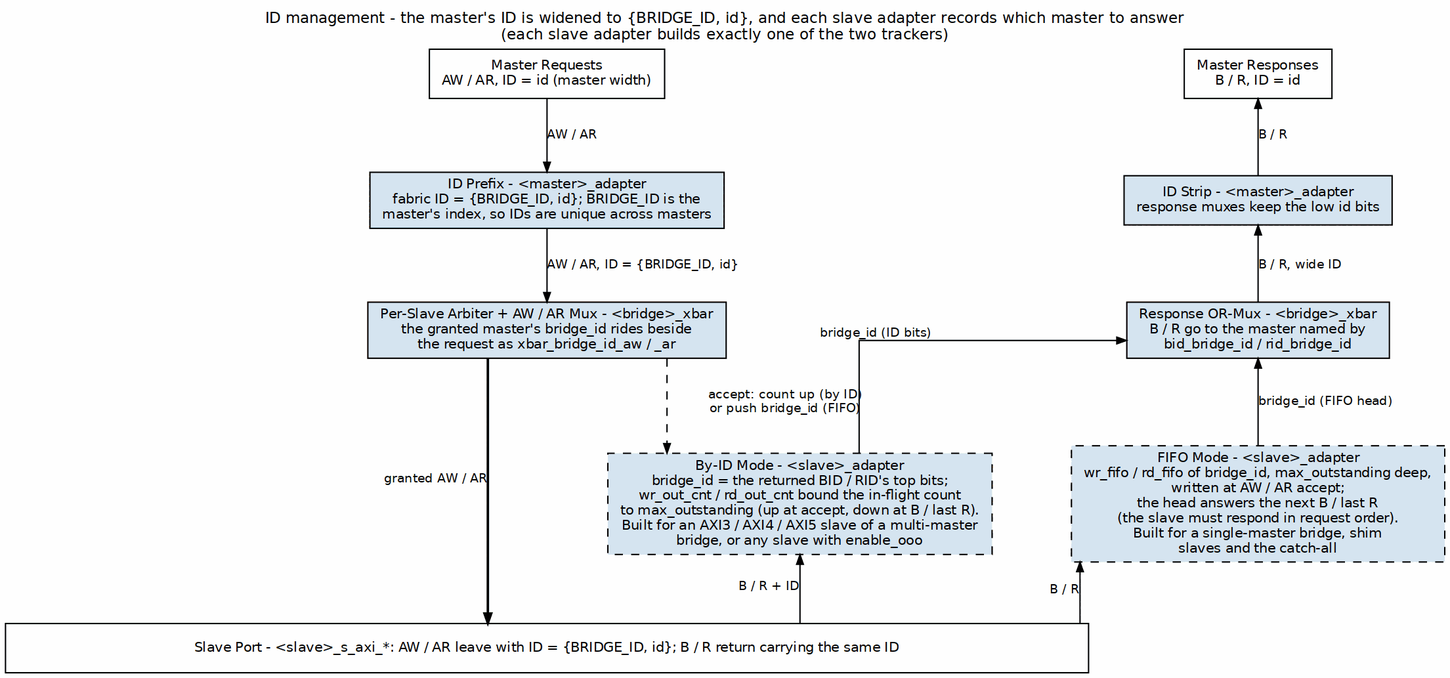
The Graphviz diagram projects/components/fabric-gen-ip/bridge/docs/bridge_mas/assets/graphviz/id_management.png in sean-galloway/RTLDesignSherpa, before a commit. Its source is kept beside it as projects/components/fabric-gen-ip/bridge/docs/bridge_mas/assets/graphviz/id_management.dot. Its diagram source:
```dot
digraph id_management {
    graph [rankdir=TB, bgcolor="white", fontname="Helvetica", fontsize=11,
           nodesep="0.40", ranksep="0.60", splines=ortho, labelloc=t,
           label="ID management - the master's ID is widened to {BRIDGE_ID, id}, and each slave adapter records which master to answer\n(each slave adapter builds exactly one of the two trackers)"];
    node  [fontname="Helvetica", fontsize=10, shape=box, style=filled,
           fillcolor="#D6E4F0", color="black", margin="0.12,0.06"];
    edge  [fontname="Helvetica", fontsize=9, color="black", arrowsize=0.7];

    pc [label="Master Requests\nAW / AR, ID = id (master width)", fillcolor="white", group=C];
    pr [label="Master Responses\nB / R, ID = id", fillcolor="white", group=R];
    { rank=same; pc; pr; }
    pc -> pr [style=invis];

    pre [label="ID Prefix - <master>_adapter\nfabric ID = {BRIDGE_ID, id}; BRIDGE_ID is the\nmaster's index, so IDs are unique across masters", group=C];
    strip [label="ID Strip - <master>_adapter\nresponse muxes keep the low id bits", group=R];
    { rank=same; pre; strip; }
    pre -> strip [style=invis];

    arb [label="Per-Slave Arbiter + AW / AR Mux - <bridge>_xbar\nthe granted master's bridge_id rides beside\nthe request as xbar_bridge_id_aw / _ar", group=C];
    rmux [label="Response OR-Mux - <bridge>_xbar\nB / R go to the master named by\nbid_bridge_id / rid_bridge_id", group=R];
    { rank=same; arb; rmux; }
    arb -> rmux [style=invis];

    cam [label="By-ID Mode - <slave>_adapter\nbridge_id = the returned BID / RID's top bits;\nwr_out_cnt / rd_out_cnt bound the in-flight count\nto max_outstanding (up at accept, down at B / last R).\nBuilt for an AXI3 / AXI4 / AXI5 slave of a multi-master\nbridge, or any slave with enable_ooo", style="filled,dashed"];
    fifo [label="FIFO Mode - <slave>_adapter\nwr_fifo / rd_fifo of bridge_id, max_outstanding deep,\nwritten at AW / AR accept;\nthe head answers the next B / last R\n(the slave must respond in request order).\nBuilt for a single-master bridge, shim\nslaves and the catch-all", style="filled,dashed", group=R];
    { rank=same; cam; fifo; }

    bar [label="Slave Port - <slave>_s_axi_*: AW / AR leave with ID = {BRIDGE_ID, id}; B / R return carrying the same ID",
         fillcolor="white", width=11, group=C];

    pc -> pre [label="AW / AR"];
    pre -> arb [label="AW / AR, ID = {BRIDGE_ID, id}"];
    arb -> bar [xlabel="granted AW / AR", penwidth=1.8];
    arb -> cam [style=dashed, label="accept: count up (by ID)\nor push bridge_id (FIFO)"];
    cam -> fifo [style=invis];

    pr -> strip [dir=back, label="B / R"];
    strip -> rmux [dir=back, label="B / R, wide ID"];
    rmux -> cam [dir=back, xlabel="bridge_id (ID bits)"];
    rmux -> fifo [dir=back, label="bridge_id (FIFO head)"];
    cam -> bar [dir=back, xlabel="B / R + ID"];
    fifo -> bar [dir=back, xlabel="B / R"];
}
```
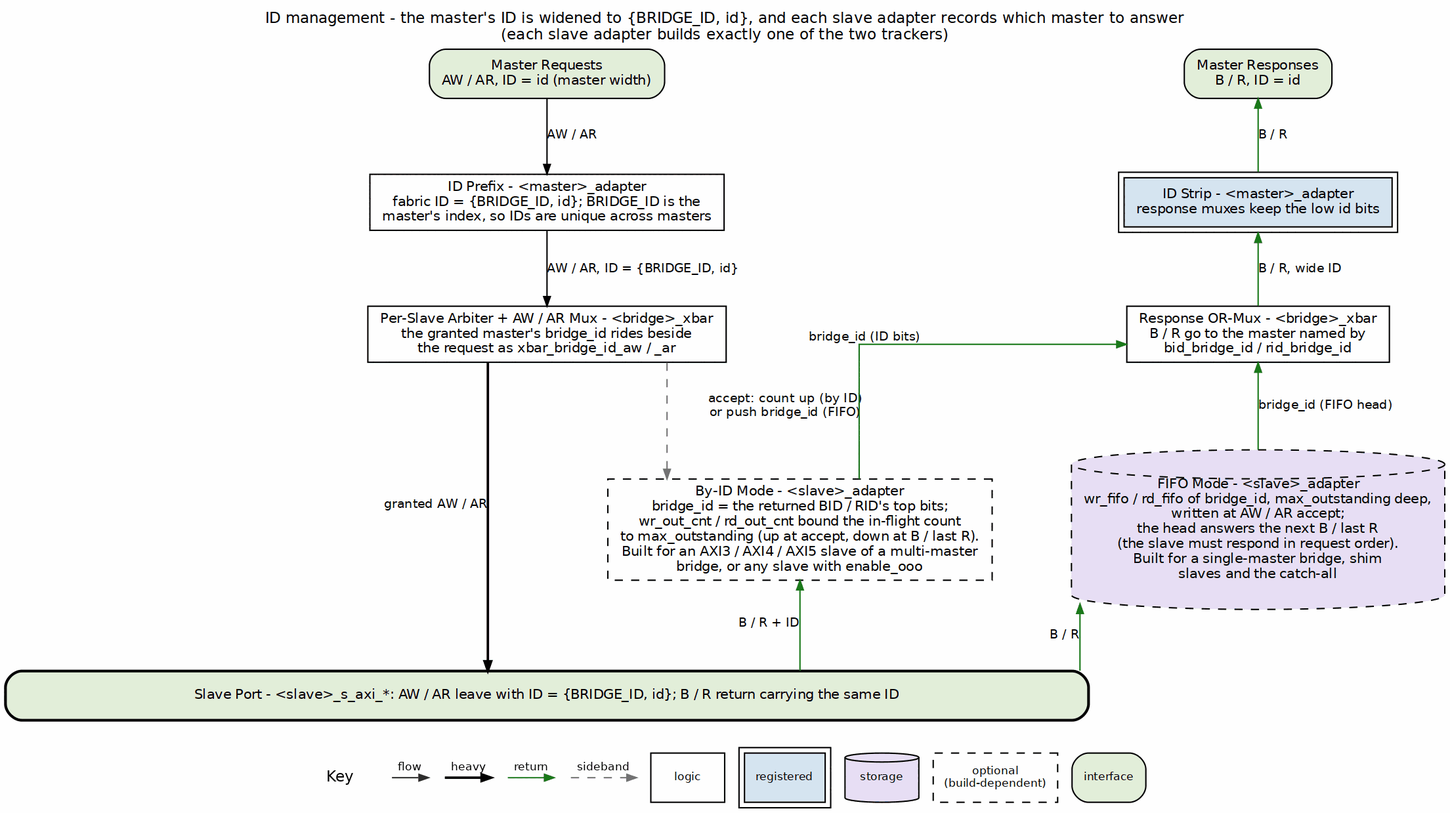
The same diagram one commit later.

Change to the diagram source:
```diff
@@ -3,41 +3,41 @@
            nodesep="0.40", ranksep="0.60", splines=ortho, labelloc=t,
            label="ID management - the master's ID is widened to {BRIDGE_ID, id}, and each slave adapter records which master to answer\n(each slave adapter builds exactly one of the two trackers)"];
     node  [fontname="Helvetica", fontsize=10, shape=box, style=filled,
-           fillcolor="#D6E4F0", color="black", margin="0.12,0.06"];
+           fillcolor="white", color="black", margin="0.12,0.06"];
     edge  [fontname="Helvetica", fontsize=9, color="black", arrowsize=0.7];
 
-    pc [label="Master Requests\nAW / AR, ID = id (master width)", fillcolor="white", group=C];
-    pr [label="Master Responses\nB / R, ID = id", fillcolor="white", group=R];
+    pc [label="Master Requests\nAW / AR, ID = id (master width)", fillcolor="white", group=C, style="rounded,filled", fillcolor="#E2EFDA"];
+    pr [label="Master Responses\nB / R, ID = id", fillcolor="white", group=R, style="rounded,filled", fillcolor="#E2EFDA"];
     { rank=same; pc; pr; }
     pc -> pr [style=invis];
 
-    pre [label="ID Prefix - <master>_adapter\nfabric ID = {BRIDGE_ID, id}; BRIDGE_ID is the\nmaster's index, so IDs are unique across masters", group=C];
-    strip [label="ID Strip - <master>_adapter\nresponse muxes keep the low id bits", group=R];
+    pre [label="ID Prefix - <master>_adapter\nfabric ID = {BRIDGE_ID, id}; BRIDGE_ID is the\nmaster's index, so IDs are unique across masters", group=C, style="filled", fillcolor="white"];
+    strip [label="ID Strip - <master>_adapter\nresponse muxes keep the low id bits", group=R, peripheries=2, style="filled", fillcolor="#D6E4F0"];
     { rank=same; pre; strip; }
     pre -> strip [style=invis];
 
-    arb [label="Per-Slave Arbiter + AW / AR Mux - <bridge>_xbar\nthe granted master's bridge_id rides beside\nthe request as xbar_bridge_id_aw / _ar", group=C];
-    rmux [label="Response OR-Mux - <bridge>_xbar\nB / R go to the master named by\nbid_bridge_id / rid_bridge_id", group=R];
+    arb [label="Per-Slave Arbiter + AW / AR Mux - <bridge>_xbar\nthe granted master's bridge_id rides beside\nthe request as xbar_bridge_id_aw / _ar", group=C, style="filled", fillcolor="white"];
+    rmux [label="Response OR-Mux - <bridge>_xbar\nB / R go to the master named by\nbid_bridge_id / rid_bridge_id", group=R, style="filled", fillcolor="white"];
     { rank=same; arb; rmux; }
     arb -> rmux [style=invis];
 
-    cam [label="By-ID Mode - <slave>_adapter\nbridge_id = the returned BID / RID's top bits;\nwr_out_cnt / rd_out_cnt bound the in-flight count\nto max_outstanding (up at accept, down at B / last R).\nBuilt for an AXI3 / AXI4 / AXI5 slave of a multi-master\nbridge, or any slave with enable_ooo", style="filled,dashed"];
-    fifo [label="FIFO Mode - <slave>_adapter\nwr_fifo / rd_fifo of bridge_id, max_outstanding deep,\nwritten at AW / AR accept;\nthe head answers the next B / last R\n(the slave must respond in request order).\nBuilt for a single-master bridge, shim\nslaves and the catch-all", style="filled,dashed", group=R];
+    cam [label="By-ID Mode - <slave>_adapter\nbridge_id = the returned BID / RID's top bits;\nwr_out_cnt / rd_out_cnt bound the in-flight count\nto max_outstanding (up at accept, down at B / last R).\nBuilt for an AXI3 / AXI4 / AXI5 slave of a multi-master\nbridge, or any slave with enable_ooo", style="filled,dashed", style="filled,dashed", fillcolor="white"];
+    fifo [label="FIFO Mode - <slave>_adapter\nwr_fifo / rd_fifo of bridge_id, max_outstanding deep,\nwritten at AW / AR accept;\nthe head answers the next B / last R\n(the slave must respond in request order).\nBuilt for a single-master bridge, shim\nslaves and the catch-all", style="filled,dashed", group=R, shape=cylinder, style="filled,dashed", fillcolor="#E8DFF5"];
     { rank=same; cam; fifo; }
 
     bar [label="Slave Port - <slave>_s_axi_*: AW / AR leave with ID = {BRIDGE_ID, id}; B / R return carrying the same ID",
-         fillcolor="white", width=11, group=C];
+         fillcolor="white", width=11, group=C, style="rounded,filled,bold", fillcolor="#E2EFDA"];
 
     pc -> pre [label="AW / AR"];
     pre -> arb [label="AW / AR, ID = {BRIDGE_ID, id}"];
     arb -> bar [xlabel="granted AW / AR", penwidth=1.8];
-    arb -> cam [style=dashed, label="accept: count up (by ID)\nor push bridge_id (FIFO)"];
+    arb -> cam [style=dashed, color="#777777", label="accept: count up (by ID)\nor push bridge_id (FIFO)"];
     cam -> fifo [style=invis];
 
-    pr -> strip [dir=back, label="B / R"];
-    strip -> rmux [dir=back, label="B / R, wide ID"];
-    rmux -> cam [dir=back, xlabel="bridge_id (ID bits)"];
-    rmux -> fifo [dir=back, label="bridge_id (FIFO head)"];
-    cam -> bar [dir=back, xlabel="B / R + ID"];
-    fifo -> bar [dir=back, xlabel="B / R"];
+    pr -> strip [color="#1A7A1A", dir=back, label="B / R"];
+    strip -> rmux [color="#1A7A1A", dir=back, label="B / R, wide ID"];
+    rmux -> cam [color="#1A7A1A", dir=back, xlabel="bridge_id (ID bits)"];
+    rmux -> fifo [color="#1A7A1A", dir=back, label="bridge_id (FIFO head)"];
+    cam -> bar [color="#1A7A1A", dir=back, xlabel="B / R + ID"];
+    fifo -> bar [color="#1A7A1A", dir=back, xlabel="B / R"];
 }
```
